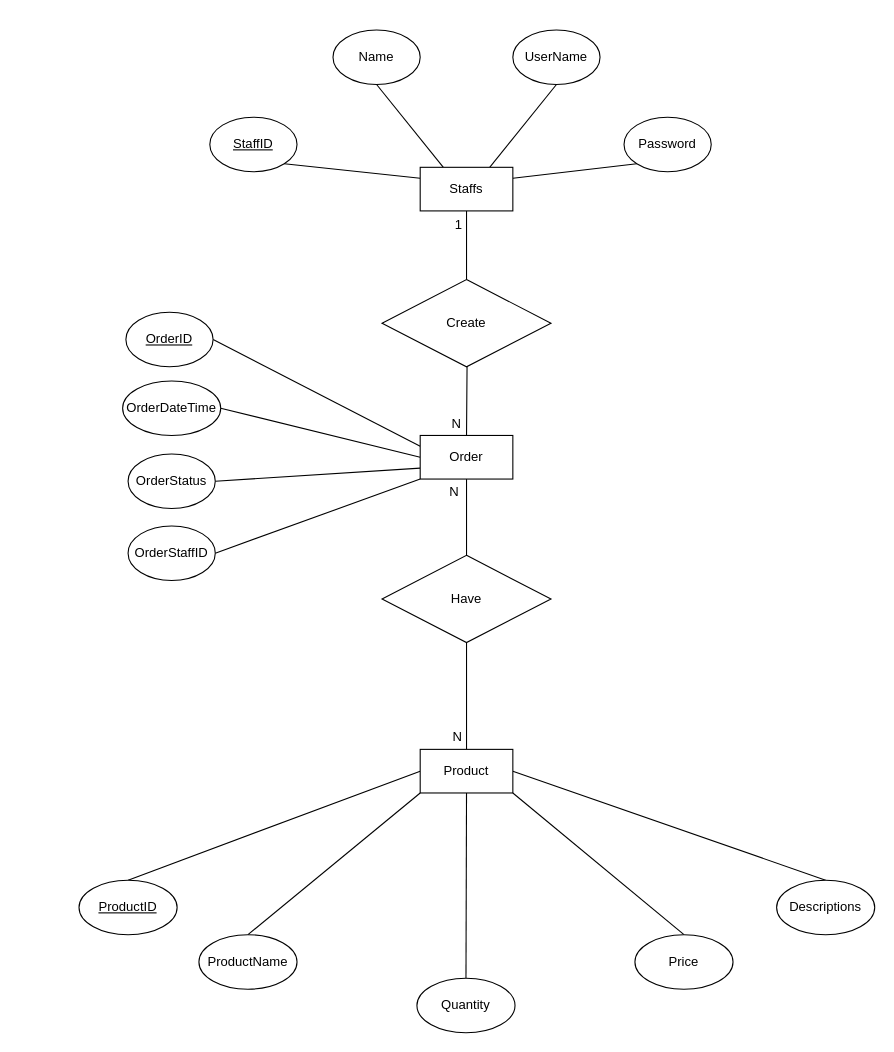
Before: page "ERDConcept" (1 of 2) of Diagram/Entity Relationship Diagram/ERD1.drawio in NDuc-Dev/Project-1, a draw.io diagram. Source tidied: cells renumbered, new cells numbered last; positions are measured from the earlier drawing's top-left corner, leaving out a move shared by most shapes. Both pictures are drawn from the tidied source at 109%, with x=0, y=0 at pixel (78, 29).
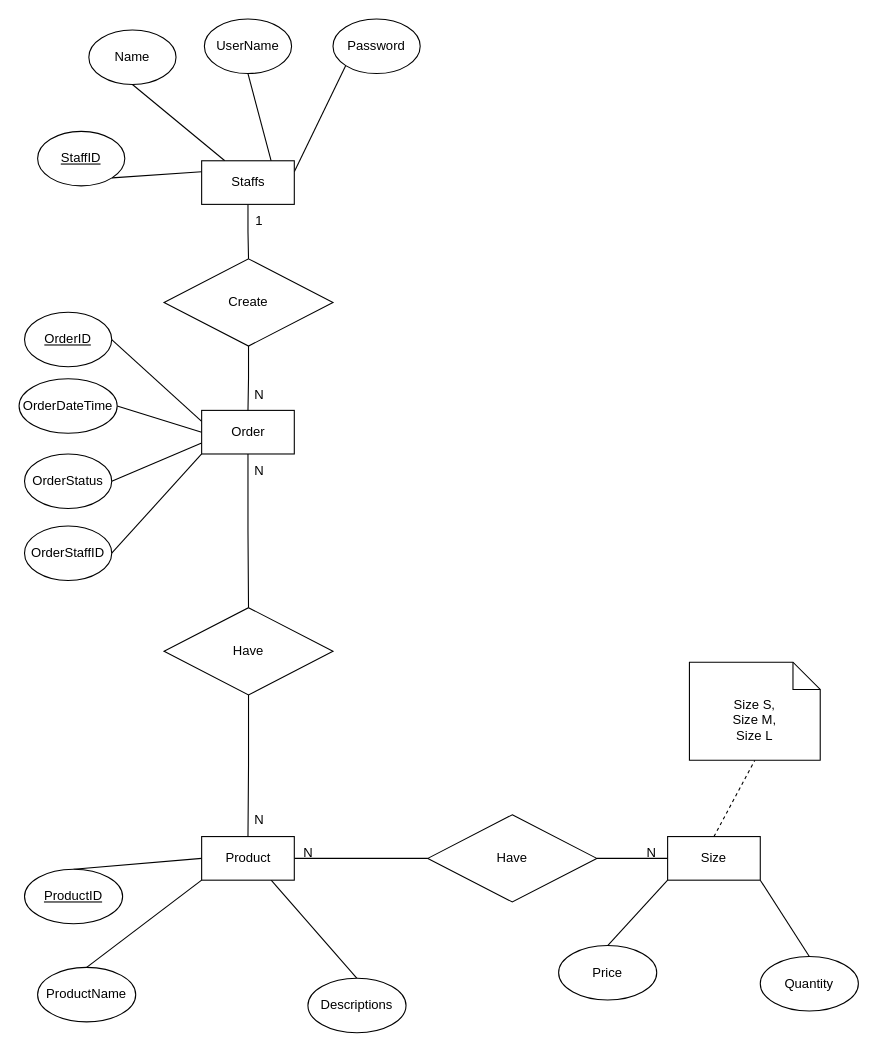
After the change.

Diff of the diagram source:
```diff
@@
     <mxCell id="7" value="Staffs" style="rounded=0;whiteSpace=wrap;html=1;" parent="1" vertex="1">
-      <mxGeometry x="313" y="126" width="85" height="40" as="geometry" />
+      <mxGeometry x="112.5" y="120" width="85" height="40" as="geometry" />
     </mxCell>
     <mxCell id="8" value="&lt;u&gt;StaffID&lt;/u&gt;" style="ellipse;whiteSpace=wrap;html=1;" parent="1" vertex="1">
-      <mxGeometry x="120" y="80" width="80" height="50" as="geometry" />
+      <mxGeometry x="-38" y="93" width="80" height="50" as="geometry" />
     </mxCell>
     <mxCell id="9" value="Name" style="ellipse;whiteSpace=wrap;html=1;" parent="1" vertex="1">
-      <mxGeometry x="233" width="80" height="50" as="geometry" />
+      <mxGeometry x="9" width="80" height="50" as="geometry" />
     </mxCell>
     <mxCell id="10" value="UserName" style="ellipse;whiteSpace=wrap;html=1;" parent="1" vertex="1">
-      <mxGeometry x="398" width="80" height="50" as="geometry" />
+      <mxGeometry x="115" y="-10" width="80" height="50" as="geometry" />
     </mxCell>
     <mxCell id="11" value="Password" style="ellipse;whiteSpace=wrap;html=1;" parent="1" vertex="1">
-      <mxGeometry x="500" y="80" width="80" height="50" as="geometry" />
+      <mxGeometry x="233" y="-10" width="80" height="50" as="geometry" />
     </mxCell>
@@
     <mxCell id="17" value="Order" style="rounded=0;whiteSpace=wrap;html=1;" parent="1" vertex="1">
-      <mxGeometry x="313" y="372" width="85" height="40" as="geometry" />
+      <mxGeometry x="112.5" y="349" width="85" height="40" as="geometry" />
     </mxCell>
-    <mxCell id="18" style="edgeStyle=orthogonalEdgeStyle;rounded=0;jettySize=auto;html=1;exitX=0.5;exitY=1;exitDx=0;exitDy=0;entryX=0.5;entryY=0;entryDx=0;entryDy=0;endArrow=none;endFill=0;" parent="1" edge="1" target="17">
-      <mxGeometry relative="1" as="geometry">
-        <mxPoint x="355.5" y="241" as="sourcePoint" />
-      </mxGeometry>
-    </mxCell>
+    <mxCell id="41" style="edgeStyle=orthogonalEdgeStyle;rounded=0;jettySize=auto;html=1;exitX=0.5;exitY=1;exitDx=0;exitDy=0;entryX=0.5;entryY=0;entryDx=0;entryDy=0;endArrow=none;endFill=0;" parent="1" edge="1" source="19" target="17">
+      <mxGeometry relative="1" as="geometry" />
+    </mxCell>
     <mxCell id="19" value="Create" style="rhombus;whiteSpace=wrap;html=1;" parent="1" vertex="1">
-      <mxGeometry x="278" y="229" width="155" height="80" as="geometry" />
+      <mxGeometry x="78" y="210" width="155" height="80" as="geometry" />
     </mxCell>
     <mxCell id="20" value="1" style="text;html=1;align=center;verticalAlign=middle;strokeColor=none;fillColor=none;" parent="1" vertex="1">
-      <mxGeometry x="333" y="164" width="30" height="30" as="geometry" />
+      <mxGeometry x="150" y="160" width="30" height="30" as="geometry" />
     </mxCell>
     <mxCell id="21" value="N" style="text;html=1;align=center;verticalAlign=middle;strokeColor=none;fillColor=none;" parent="1" vertex="1">
-      <mxGeometry x="331" y="347" width="30" height="30" as="geometry" />
+      <mxGeometry x="150" y="320" width="30" height="30" as="geometry" />
     </mxCell>
     <mxCell id="22" value="&lt;u&gt;OrderID&lt;/u&gt;" style="ellipse;whiteSpace=wrap;html=1;" parent="1" vertex="1">
-      <mxGeometry x="43" y="259" width="80" height="50" as="geometry" />
+      <mxGeometry x="-50" y="259" width="80" height="50" as="geometry" />
     </mxCell>
     <mxCell id="23" value="OrderDateTime" style="ellipse;whiteSpace=wrap;html=1;" parent="1" vertex="1">
-      <mxGeometry x="40" y="322" width="90" height="50" as="geometry" />
+      <mxGeometry x="-55" y="320" width="90" height="50" as="geometry" />
     </mxCell>
     <mxCell id="24" value="OrderStatus" style="ellipse;whiteSpace=wrap;html=1;" parent="1" vertex="1">
-      <mxGeometry x="45" y="389" width="80" height="50" as="geometry" />
+      <mxGeometry x="-50" y="389" width="80" height="50" as="geometry" />
     </mxCell>
@@
     <mxCell id="26" value="Have" style="rhombus;whiteSpace=wrap;html=1;" parent="1" vertex="1">
-      <mxGeometry x="278" y="482" width="155" height="80" as="geometry" />
+      <mxGeometry x="78" y="530" width="155" height="80" as="geometry" />
     </mxCell>
     <mxCell id="27" value="N" style="text;html=1;align=center;verticalAlign=middle;strokeColor=none;fillColor=none;" parent="1" vertex="1">
-      <mxGeometry x="329" y="409" width="30" height="30" as="geometry" />
+      <mxGeometry x="150" y="390" width="30" height="30" as="geometry" />
     </mxCell>
@@
-    <mxCell id="30" style="rounded=0;jettySize=auto;html=1;exitX=0.5;exitY=1;exitDx=0;exitDy=0;entryX=0.5;entryY=0;entryDx=0;entryDy=0;endArrow=none;endFill=0;" parent="1" edge="1" source="33" target="37">
+    <mxCell id="30" style="rounded=0;jettySize=auto;html=1;exitX=1;exitY=1;exitDx=0;exitDy=0;entryX=0.5;entryY=0;entryDx=0;entryDy=0;endArrow=none;endFill=0;" parent="1" edge="1" source="44" target="37">
       <mxGeometry relative="1" as="geometry" />
     </mxCell>
-    <mxCell id="31" style="rounded=0;jettySize=auto;html=1;exitX=1;exitY=1;exitDx=0;exitDy=0;entryX=0.5;entryY=0;entryDx=0;entryDy=0;endArrow=none;endFill=0;" parent="1" edge="1" source="33" target="38">
+    <mxCell id="31" style="rounded=0;jettySize=auto;html=1;exitX=0;exitY=1;exitDx=0;exitDy=0;entryX=0.5;entryY=0;entryDx=0;entryDy=0;endArrow=none;endFill=0;" parent="1" edge="1" source="44" target="38">
       <mxGeometry relative="1" as="geometry" />
     </mxCell>
-    <mxCell id="32" style="rounded=0;jettySize=auto;html=1;exitX=1;exitY=0.5;exitDx=0;exitDy=0;entryX=0.5;entryY=0;entryDx=0;entryDy=0;endArrow=none;endFill=0;" parent="1" edge="1" source="33" target="39">
+    <mxCell id="32" style="rounded=0;jettySize=auto;html=1;exitX=0.75;exitY=1;exitDx=0;exitDy=0;entryX=0.5;entryY=0;entryDx=0;entryDy=0;endArrow=none;endFill=0;" parent="1" edge="1" source="33" target="39">
       <mxGeometry relative="1" as="geometry" />
     </mxCell>
+    <mxCell id="42" style="edgeStyle=orthogonalEdgeStyle;rounded=0;jettySize=auto;html=1;exitX=1;exitY=0.5;exitDx=0;exitDy=0;entryX=0;entryY=0.5;entryDx=0;entryDy=0;endArrow=none;endFill=0;" parent="1" edge="1" source="33" target="47">
+      <mxGeometry relative="1" as="geometry" />
+    </mxCell>
     <mxCell id="33" value="Product" style="rounded=0;whiteSpace=wrap;html=1;" parent="1" vertex="1">
-      <mxGeometry x="313" y="660" width="85" height="40" as="geometry" />
+      <mxGeometry x="112.5" y="740" width="85" height="40" as="geometry" />
     </mxCell>
     <mxCell id="34" value="N" style="text;html=1;align=center;verticalAlign=middle;strokeColor=none;fillColor=none;" parent="1" vertex="1">
-      <mxGeometry x="332" y="634" width="30" height="30" as="geometry" />
+      <mxGeometry x="150" y="710" width="30" height="30" as="geometry" />
     </mxCell>
     <mxCell id="35" value="&lt;u&gt;ProductID&lt;/u&gt;" style="ellipse;whiteSpace=wrap;html=1;" parent="1" vertex="1">
-      <mxGeometry y="780" width="90" height="50" as="geometry" />
+      <mxGeometry x="-50" y="770" width="90" height="50" as="geometry" />
     </mxCell>
     <mxCell id="36" value="ProductName" style="ellipse;whiteSpace=wrap;html=1;" parent="1" vertex="1">
-      <mxGeometry x="110" y="830" width="90" height="50" as="geometry" />
+      <mxGeometry x="-38" y="860" width="90" height="50" as="geometry" />
     </mxCell>
     <mxCell id="37" value="Quantity" style="ellipse;whiteSpace=wrap;html=1;" parent="1" vertex="1">
-      <mxGeometry x="310" y="870" width="90" height="50" as="geometry" />
+      <mxGeometry x="625" y="850" width="90" height="50" as="geometry" />
     </mxCell>
     <mxCell id="38" value="Price" style="ellipse;whiteSpace=wrap;html=1;" parent="1" vertex="1">
-      <mxGeometry x="510" y="830" width="90" height="50" as="geometry" />
+      <mxGeometry x="440" y="840" width="90" height="50" as="geometry" />
     </mxCell>
     <mxCell id="39" value="Descriptions" style="ellipse;whiteSpace=wrap;html=1;" parent="1" vertex="1">
-      <mxGeometry x="640" y="780" width="90" height="50" as="geometry" />
+      <mxGeometry x="210" y="870" width="90" height="50" as="geometry" />
     </mxCell>
     <mxCell id="40" value="OrderStaffID" style="ellipse;whiteSpace=wrap;html=1;" parent="1" vertex="1">
-      <mxGeometry x="45" y="455" width="80" height="50" as="geometry" />
+      <mxGeometry x="-50" y="455" width="80" height="50" as="geometry" />
     </mxCell>
+    <mxCell id="43" style="rounded=0;jettySize=auto;html=1;exitX=0.5;exitY=0;exitDx=0;exitDy=0;entryX=0.5;entryY=1;entryDx=0;entryDy=0;entryPerimeter=0;endArrow=none;endFill=0;dashed=1;" parent="1" edge="1" source="44" target="45">
+      <mxGeometry relative="1" as="geometry" />
+    </mxCell>
+    <mxCell id="44" value="Size" style="rounded=0;whiteSpace=wrap;html=1;" parent="1" vertex="1">
+      <mxGeometry x="540" y="740" width="85" height="40" as="geometry" />
+    </mxCell>
+    <mxCell id="45" value="Size S,&lt;br&gt;Size M,&lt;br&gt;Size L&lt;br&gt;" style="shape=note2;boundedLbl=1;whiteSpace=wrap;html=1;size=25;verticalAlign=top;align=center;" parent="1" vertex="1">
+      <mxGeometry x="560" y="580" width="120" height="90" as="geometry" />
+    </mxCell>
+    <mxCell id="46" style="edgeStyle=orthogonalEdgeStyle;rounded=0;jettySize=auto;html=1;exitX=1;exitY=0.5;exitDx=0;exitDy=0;entryX=0;entryY=0.5;entryDx=0;entryDy=0;endArrow=none;endFill=0;" parent="1" edge="1" source="47" target="44">
+      <mxGeometry relative="1" as="geometry" />
+    </mxCell>
+    <mxCell id="47" value="Have" style="rhombus;whiteSpace=wrap;html=1;" parent="1" vertex="1">
+      <mxGeometry x="320" y="720" width="155" height="80" as="geometry" />
+    </mxCell>
+    <mxCell id="48" value="N" style="text;html=1;align=center;verticalAlign=middle;strokeColor=none;fillColor=none;" parent="1" vertex="1">
+      <mxGeometry x="195" y="740" width="30" height="30" as="geometry" />
+    </mxCell>
+    <mxCell id="49" value="N" style="text;html=1;align=center;verticalAlign=middle;strokeColor=none;fillColor=none;" parent="1" vertex="1">
+      <mxGeometry x="510" y="740" width="30" height="30" as="geometry" />
+    </mxCell>
```
